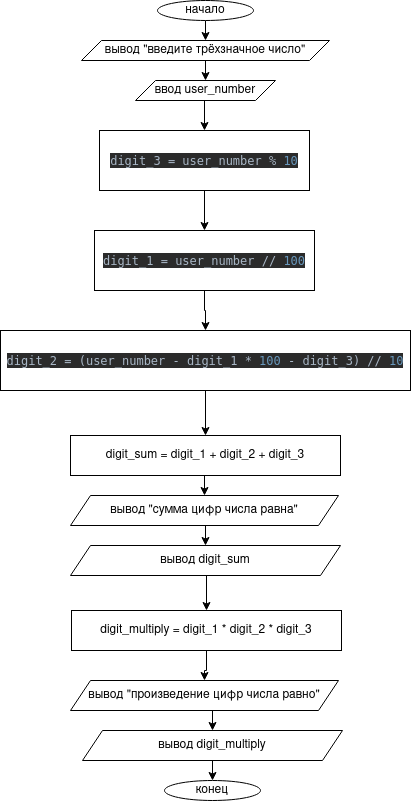
Before: lesson_1/task_1.png, a diagram exported from draw.io (astronomiwe/algorithms_and_data_structures). Source tidied: cells renumbered, new cells last; positions are measured from the earlier drawing's top-left corner, leaving out a move shared by most shapes. The source it was exported from:
```xml
<mxGraphModel>
  <root>
    <mxCell id="0" />
    <mxCell id="1" parent="0" />
    <mxCell id="2" style="edgeStyle=orthogonalEdgeStyle;rounded=0;jettySize=auto;html=1;exitX=0.5;exitY=1;exitDx=0;exitDy=0;entryX=0.5;entryY=0;entryDx=0;entryDy=0;" parent="1" edge="1" source="3" target="6">
      <mxGeometry relative="1" as="geometry" />
    </mxCell>
    <mxCell id="3" value="начало" style="ellipse;whiteSpace=wrap;html=1;" parent="1" vertex="1">
      <mxGeometry x="157" width="96" height="20" as="geometry" />
    </mxCell>
    <mxCell id="4" value="конец" style="ellipse;whiteSpace=wrap;html=1;" parent="1" vertex="1">
      <mxGeometry x="164" y="780" width="96" height="20" as="geometry" />
    </mxCell>
    <mxCell id="5" style="edgeStyle=orthogonalEdgeStyle;rounded=0;jettySize=auto;html=1;exitX=0.5;exitY=1;exitDx=0;exitDy=0;entryX=0.5;entryY=0;entryDx=0;entryDy=0;" parent="1" edge="1" source="6" target="8">
      <mxGeometry relative="1" as="geometry" />
    </mxCell>
    <mxCell id="6" value="вывод &quot;введите трёхзначное число&quot;" style="shape=parallelogram;perimeter=parallelogramPerimeter;whiteSpace=wrap;html=1;fixedSize=1;" parent="1" vertex="1">
      <mxGeometry x="81" y="40" width="248" height="20" as="geometry" />
    </mxCell>
    <mxCell id="7" style="edgeStyle=orthogonalEdgeStyle;rounded=0;jettySize=auto;html=1;exitX=0.5;exitY=1;exitDx=0;exitDy=0;entryX=0.5;entryY=0;entryDx=0;entryDy=0;" parent="1" edge="1" source="8" target="22">
      <mxGeometry relative="1" as="geometry" />
    </mxCell>
    <mxCell id="8" value="ввод user_number" style="shape=parallelogram;perimeter=parallelogramPerimeter;whiteSpace=wrap;html=1;fixedSize=1;" parent="1" vertex="1">
      <mxGeometry x="135" y="80" width="140" height="20" as="geometry" />
    </mxCell>
    <mxCell id="9" style="edgeStyle=orthogonalEdgeStyle;rounded=0;jettySize=auto;html=1;exitX=0.5;exitY=1;exitDx=0;exitDy=0;entryX=0.5;entryY=0;entryDx=0;entryDy=0;" parent="1" edge="1" source="10" target="4">
      <mxGeometry relative="1" as="geometry" />
    </mxCell>
    <mxCell id="10" value="вывод digit_multiply" style="shape=parallelogram;perimeter=parallelogramPerimeter;whiteSpace=wrap;html=1;fixedSize=1;" parent="1" vertex="1">
      <mxGeometry x="82" y="730" width="260" height="30" as="geometry" />
    </mxCell>
    <mxCell id="11" style="edgeStyle=orthogonalEdgeStyle;rounded=0;jettySize=auto;html=1;exitX=0.5;exitY=1;exitDx=0;exitDy=0;entryX=0.5;entryY=0;entryDx=0;entryDy=0;" parent="1" edge="1" source="12" target="16">
      <mxGeometry relative="1" as="geometry" />
    </mxCell>
    <mxCell id="12" value="вывод digit_sum " style="shape=parallelogram;perimeter=parallelogramPerimeter;whiteSpace=wrap;html=1;fixedSize=1;" parent="1" vertex="1">
      <mxGeometry x="70" y="545" width="270" height="30" as="geometry" />
    </mxCell>
    <mxCell id="13" style="edgeStyle=orthogonalEdgeStyle;rounded=0;jettySize=auto;html=1;exitX=0.5;exitY=1;exitDx=0;exitDy=0;entryX=0.5;entryY=0;entryDx=0;entryDy=0;" parent="1" edge="1" source="14" target="20">
      <mxGeometry relative="1" as="geometry" />
    </mxCell>
    <mxCell id="14" value="digit_sum = digit_1 + digit_2 + digit_3" style="rounded=0;whiteSpace=wrap;html=1;" parent="1" vertex="1">
      <mxGeometry x="70" y="435" width="270" height="40" as="geometry" />
    </mxCell>
    <mxCell id="15" style="edgeStyle=orthogonalEdgeStyle;rounded=0;jettySize=auto;html=1;" parent="1" edge="1" source="16" target="18">
      <mxGeometry relative="1" as="geometry" />
    </mxCell>
    <mxCell id="16" value="digit_multiply = digit_1 * digit_2 * digit_3" style="rounded=0;whiteSpace=wrap;html=1;" parent="1" vertex="1">
      <mxGeometry x="71" y="610" width="270" height="40" as="geometry" />
    </mxCell>
    <mxCell id="17" style="edgeStyle=orthogonalEdgeStyle;rounded=0;jettySize=auto;html=1;exitX=0.5;exitY=1;exitDx=0;exitDy=0;entryX=0.5;entryY=0;entryDx=0;entryDy=0;" parent="1" edge="1" source="18" target="10">
      <mxGeometry relative="1" as="geometry" />
    </mxCell>
    <mxCell id="18" value="вывод &quot;произведение цифр числа равно&quot;" style="shape=parallelogram;perimeter=parallelogramPerimeter;whiteSpace=wrap;html=1;fixedSize=1;" parent="1" vertex="1">
      <mxGeometry x="70" y="680" width="268" height="30" as="geometry" />
    </mxCell>
    <mxCell id="19" style="edgeStyle=orthogonalEdgeStyle;rounded=0;jettySize=auto;html=1;exitX=0.5;exitY=1;exitDx=0;exitDy=0;entryX=0.5;entryY=0;entryDx=0;entryDy=0;" parent="1" edge="1" source="20" target="12">
      <mxGeometry relative="1" as="geometry" />
    </mxCell>
    <mxCell id="20" value="вывод &quot;сумма цифр числа равна&quot;" style="shape=parallelogram;perimeter=parallelogramPerimeter;whiteSpace=wrap;html=1;fixedSize=1;" parent="1" vertex="1">
      <mxGeometry x="70" y="495" width="268" height="30" as="geometry" />
    </mxCell>
    <mxCell id="21" style="edgeStyle=orthogonalEdgeStyle;rounded=0;jettySize=auto;html=1;exitX=0.5;exitY=1;exitDx=0;exitDy=0;entryX=0.5;entryY=0;entryDx=0;entryDy=0;" parent="1" edge="1" source="22" target="24">
      <mxGeometry relative="1" as="geometry" />
    </mxCell>
    <mxCell id="22" value="&lt;pre style=&quot;background-color: #2b2b2b ; color: #a9b7c6 ; font-family: &amp;#34;jetbrains mono&amp;#34; , monospace ; font-size: 9 0pt&quot;&gt;digit_3 = user_number % &lt;span style=&quot;color: #6897bb&quot;&gt;10&lt;/span&gt;&lt;/pre&gt;" style="rounded=0;whiteSpace=wrap;html=1;" parent="1" vertex="1">
      <mxGeometry x="99" y="130" width="210" height="60" as="geometry" />
    </mxCell>
    <mxCell id="23" style="edgeStyle=orthogonalEdgeStyle;rounded=0;jettySize=auto;html=1;exitX=0.5;exitY=1;exitDx=0;exitDy=0;entryX=0.5;entryY=0;entryDx=0;entryDy=0;" parent="1" edge="1" source="24" target="26">
      <mxGeometry relative="1" as="geometry" />
    </mxCell>
    <mxCell id="24" value="&lt;pre style=&quot;background-color: #2b2b2b ; color: #a9b7c6 ; font-family: &amp;quot;jetbrains mono&amp;quot; , monospace ; font-size: 9 0pt&quot;&gt;digit_1 = user_number // &lt;span style=&quot;color: #6897bb&quot;&gt;100&lt;/span&gt;&lt;/pre&gt;" style="rounded=0;whiteSpace=wrap;html=1;" parent="1" vertex="1">
      <mxGeometry x="94" y="230" width="220" height="60" as="geometry" />
    </mxCell>
    <mxCell id="25" style="edgeStyle=orthogonalEdgeStyle;rounded=0;jettySize=auto;html=1;exitX=0.5;exitY=1;exitDx=0;exitDy=0;entryX=0.5;entryY=0;entryDx=0;entryDy=0;" parent="1" edge="1" source="26" target="14">
      <mxGeometry relative="1" as="geometry" />
    </mxCell>
    <mxCell id="26" value="&lt;pre style=&quot;background-color: #2b2b2b ; color: #a9b7c6 ; font-family: &amp;quot;jetbrains mono&amp;quot; , monospace ; font-size: 9 0pt&quot;&gt;digit_2 = (user_number - digit_1 * &lt;span style=&quot;color: #6897bb&quot;&gt;100 &lt;/span&gt;- digit_3) // &lt;span style=&quot;color: #6897bb&quot;&gt;10&lt;/span&gt;&lt;/pre&gt;" style="rounded=0;whiteSpace=wrap;html=1;" parent="1" vertex="1">
      <mxGeometry y="330" width="410" height="60" as="geometry" />
    </mxCell>
  </root>
</mxGraphModel>
```
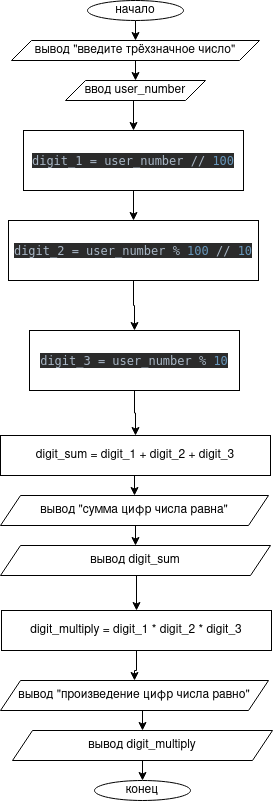
After the commit.

Diff of the diagram source:
```diff
@@ -17,9 +17,9 @@
     <mxCell id="6" value="вывод &quot;введите трёхзначное число&quot;" style="shape=parallelogram;perimeter=parallelogramPerimeter;whiteSpace=wrap;html=1;fixedSize=1;" parent="1" vertex="1">
       <mxGeometry x="81" y="40" width="248" height="20" as="geometry" />
     </mxCell>
-    <mxCell id="7" style="edgeStyle=orthogonalEdgeStyle;rounded=0;jettySize=auto;html=1;exitX=0.5;exitY=1;exitDx=0;exitDy=0;entryX=0.5;entryY=0;entryDx=0;entryDy=0;" parent="1" edge="1" source="8" target="22">
-      <mxGeometry relative="1" as="geometry" />
-    </mxCell>
+    <mxCell id="27" style="edgeStyle=orthogonalEdgeStyle;rounded=0;jettySize=auto;html=1;exitX=0.5;exitY=1;exitDx=0;exitDy=0;entryX=0.5;entryY=0;entryDx=0;entryDy=0;" parent="1" edge="1" source="8" target="24">
+      <mxGeometry relative="1" as="geometry" />
+    </mxCell>
     <mxCell id="8" value="ввод user_number" style="shape=parallelogram;perimeter=parallelogramPerimeter;whiteSpace=wrap;html=1;fixedSize=1;" parent="1" vertex="1">
       <mxGeometry x="135" y="80" width="140" height="20" as="geometry" />
     </mxCell>
@@ -59,23 +59,23 @@
     <mxCell id="20" value="вывод &quot;сумма цифр числа равна&quot;" style="shape=parallelogram;perimeter=parallelogramPerimeter;whiteSpace=wrap;html=1;fixedSize=1;" parent="1" vertex="1">
       <mxGeometry x="70" y="495" width="268" height="30" as="geometry" />
     </mxCell>
-    <mxCell id="21" style="edgeStyle=orthogonalEdgeStyle;rounded=0;jettySize=auto;html=1;exitX=0.5;exitY=1;exitDx=0;exitDy=0;entryX=0.5;entryY=0;entryDx=0;entryDy=0;" parent="1" edge="1" source="22" target="24">
-      <mxGeometry relative="1" as="geometry" />
-    </mxCell>
+    <mxCell id="28" style="edgeStyle=orthogonalEdgeStyle;rounded=0;jettySize=auto;html=1;exitX=0.5;exitY=1;exitDx=0;exitDy=0;entryX=0.5;entryY=0;entryDx=0;entryDy=0;" parent="1" edge="1" source="22" target="14">
+      <mxGeometry relative="1" as="geometry" />
+    </mxCell>
     <mxCell id="22" value="&lt;pre style=&quot;background-color: #2b2b2b ; color: #a9b7c6 ; font-family: &amp;#34;jetbrains mono&amp;#34; , monospace ; font-size: 9 0pt&quot;&gt;digit_3 = user_number % &lt;span style=&quot;color: #6897bb&quot;&gt;10&lt;/span&gt;&lt;/pre&gt;" style="rounded=0;whiteSpace=wrap;html=1;" parent="1" vertex="1">
-      <mxGeometry x="99" y="130" width="210" height="60" as="geometry" />
+      <mxGeometry x="99" y="330" width="210" height="60" as="geometry" />
     </mxCell>
-    <mxCell id="23" style="edgeStyle=orthogonalEdgeStyle;rounded=0;jettySize=auto;html=1;exitX=0.5;exitY=1;exitDx=0;exitDy=0;entryX=0.5;entryY=0;entryDx=0;entryDy=0;" parent="1" edge="1" source="24" target="26">
-      <mxGeometry relative="1" as="geometry" />
-    </mxCell>
+    <mxCell id="29" style="edgeStyle=orthogonalEdgeStyle;rounded=0;jettySize=auto;html=1;exitX=0.5;exitY=1;exitDx=0;exitDy=0;entryX=0.5;entryY=0;entryDx=0;entryDy=0;" parent="1" edge="1" source="24" target="31">
+      <mxGeometry relative="1" as="geometry" />
+    </mxCell>
     <mxCell id="24" value="&lt;pre style=&quot;background-color: #2b2b2b ; color: #a9b7c6 ; font-family: &amp;quot;jetbrains mono&amp;quot; , monospace ; font-size: 9 0pt&quot;&gt;digit_1 = user_number // &lt;span style=&quot;color: #6897bb&quot;&gt;100&lt;/span&gt;&lt;/pre&gt;" style="rounded=0;whiteSpace=wrap;html=1;" parent="1" vertex="1">
-      <mxGeometry x="94" y="230" width="220" height="60" as="geometry" />
+      <mxGeometry x="93" y="130" width="220" height="60" as="geometry" />
     </mxCell>
-    <mxCell id="25" style="edgeStyle=orthogonalEdgeStyle;rounded=0;jettySize=auto;html=1;exitX=0.5;exitY=1;exitDx=0;exitDy=0;entryX=0.5;entryY=0;entryDx=0;entryDy=0;" parent="1" edge="1" source="26" target="14">
-      <mxGeometry relative="1" as="geometry" />
-    </mxCell>
-    <mxCell id="26" value="&lt;pre style=&quot;background-color: #2b2b2b ; color: #a9b7c6 ; font-family: &amp;quot;jetbrains mono&amp;quot; , monospace ; font-size: 9 0pt&quot;&gt;digit_2 = (user_number - digit_1 * &lt;span style=&quot;color: #6897bb&quot;&gt;100 &lt;/span&gt;- digit_3) // &lt;span style=&quot;color: #6897bb&quot;&gt;10&lt;/span&gt;&lt;/pre&gt;" style="rounded=0;whiteSpace=wrap;html=1;" parent="1" vertex="1">
-      <mxGeometry y="330" width="410" height="60" as="geometry" />
-    </mxCell>
+    <mxCell id="30" style="edgeStyle=orthogonalEdgeStyle;rounded=0;jettySize=auto;html=1;exitX=0.5;exitY=1;exitDx=0;exitDy=0;entryX=0.5;entryY=0;entryDx=0;entryDy=0;" parent="1" edge="1" source="31" target="22">
+      <mxGeometry relative="1" as="geometry" />
+    </mxCell>
+    <mxCell id="31" value="&lt;pre style=&quot;background-color: #2b2b2b ; color: #a9b7c6 ; font-family: &amp;quot;jetbrains mono&amp;quot; , monospace ; font-size: 9 0pt&quot;&gt;digit_2 = user_number % &lt;span style=&quot;color: #6897bb&quot;&gt;100 &lt;/span&gt;// &lt;span style=&quot;color: #6897bb&quot;&gt;10&lt;/span&gt;&lt;/pre&gt;" style="rounded=0;whiteSpace=wrap;html=1;" parent="1" vertex="1">
+      <mxGeometry x="78" y="220" width="250" height="60" as="geometry" />
+    </mxCell>
   </root>
 </mxGraphModel>
```
